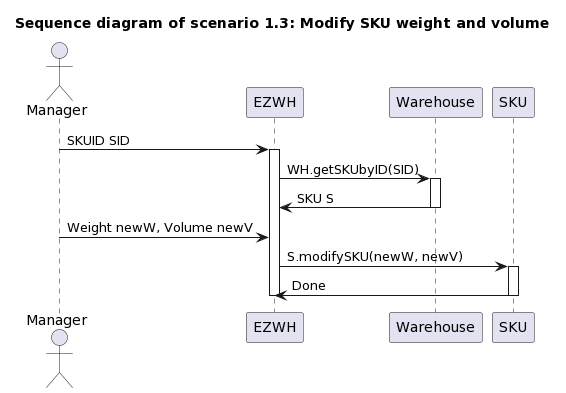
Above: SequenceDiagram/scenario1_3.png in dscre99/EzWh (PlantUML), before the change.
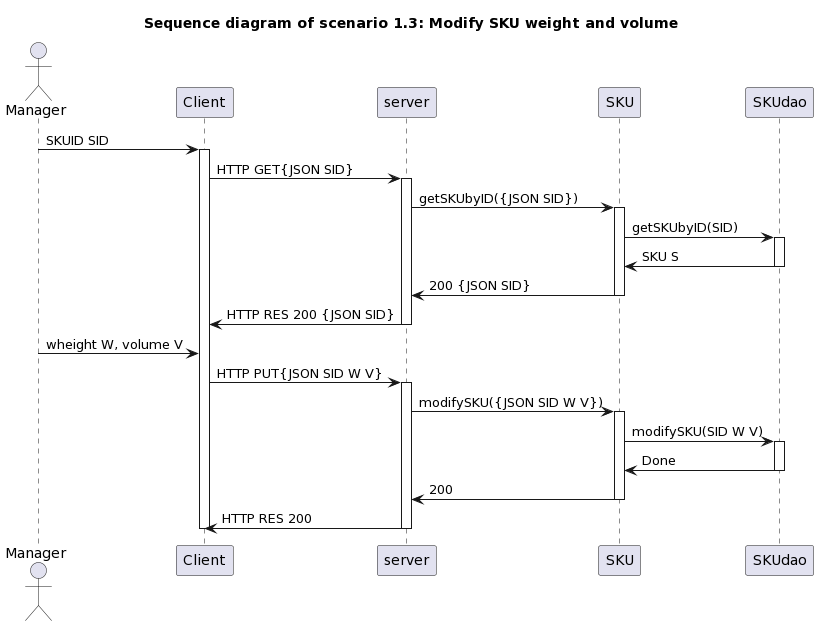
Above is the later version.

The edit, as a diff of the source:
```diff
@@ -5,16 +5,40 @@
 actor Manager
 
 
-Manager -> EZWH : SKUID SID
-activate EZWH
-EZWH -> Warehouse : WH.getSKUbyID(SID)
-activate Warehouse
-EZWH <- Warehouse : SKU S
-deactivate Warehouse
-Manager -> EZWH : Weight newW, Volume newV
-EZWH -> SKU : S.modifySKU(newW, newV)
+Manager -> Client : SKUID SID
+activate Client
+
+Client -> server : HTTP GET{JSON SID}
+activate server
+
+server -> SKU : getSKUbyID({JSON SID})
 activate SKU
-EZWH <- SKU : Done
+SKU -> SKUdao : getSKUbyID(SID)
+activate SKUdao
+SKU <- SKUdao : SKU S
+deactivate SKUdao
+server <- SKU : 200 {JSON SID}
 deactivate SKU
-deactivate EZWH
+
+Client <- server : HTTP RES 200 {JSON SID}
+deactivate server
+
+Manager -> Client : wheight W, volume V
+
+Client -> server : HTTP PUT{JSON SID W V}
+activate server
+
+server -> SKU : modifySKU({JSON SID W V})
+activate SKU
+SKU -> SKUdao : modifySKU(SID W V)
+activate SKUdao
+SKU <- SKUdao : Done
+deactivate SKUdao
+server <- SKU : 200
+deactivate SKU
+
+Client <- server : HTTP RES 200
+deactivate server
+
+deactivate Client
 @enduml
```
